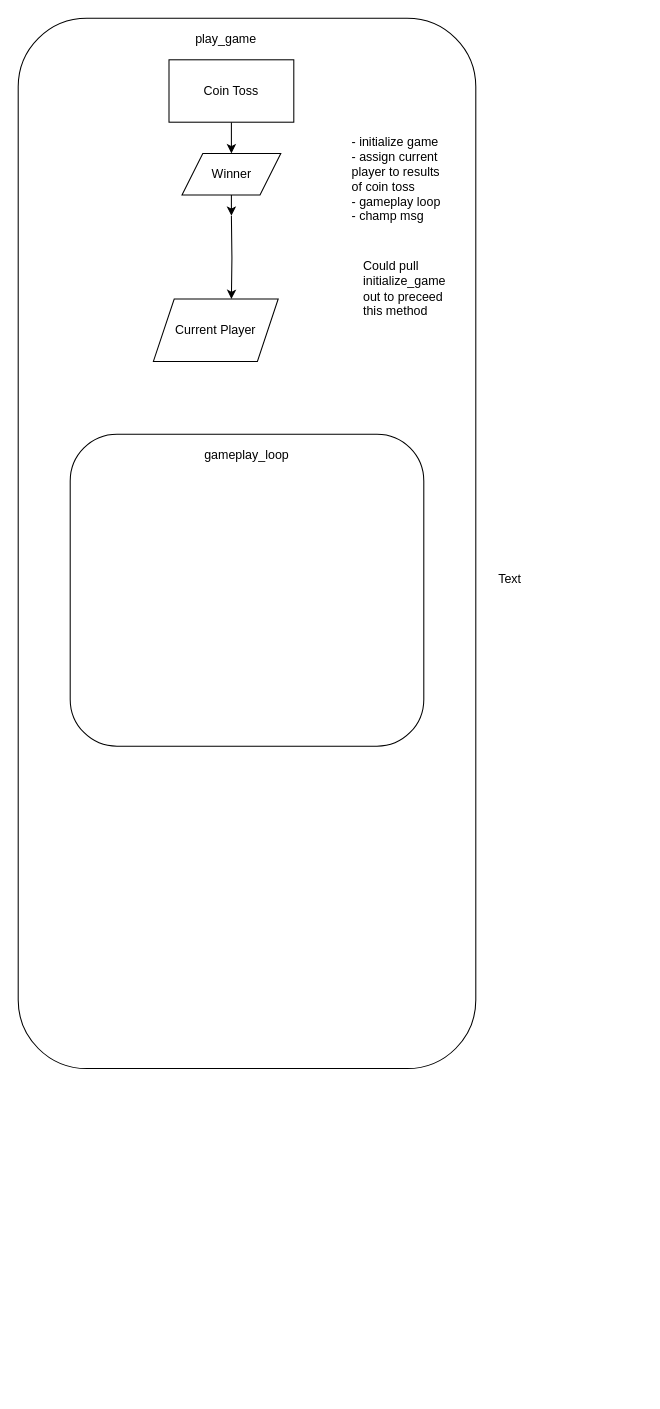
Above: lesson_6/tic_tac_toe/current_player.drawio in akbarratt/rb101 (draw.io), before the change. Source tidied: cells renumbered, new cells numbered last; positions are measured from the earlier drawing's top-left corner, leaving out a move shared by most shapes. Both pictures are drawn from the tidied source at 104%, with x=0, y=0 at pixel (18, 18).
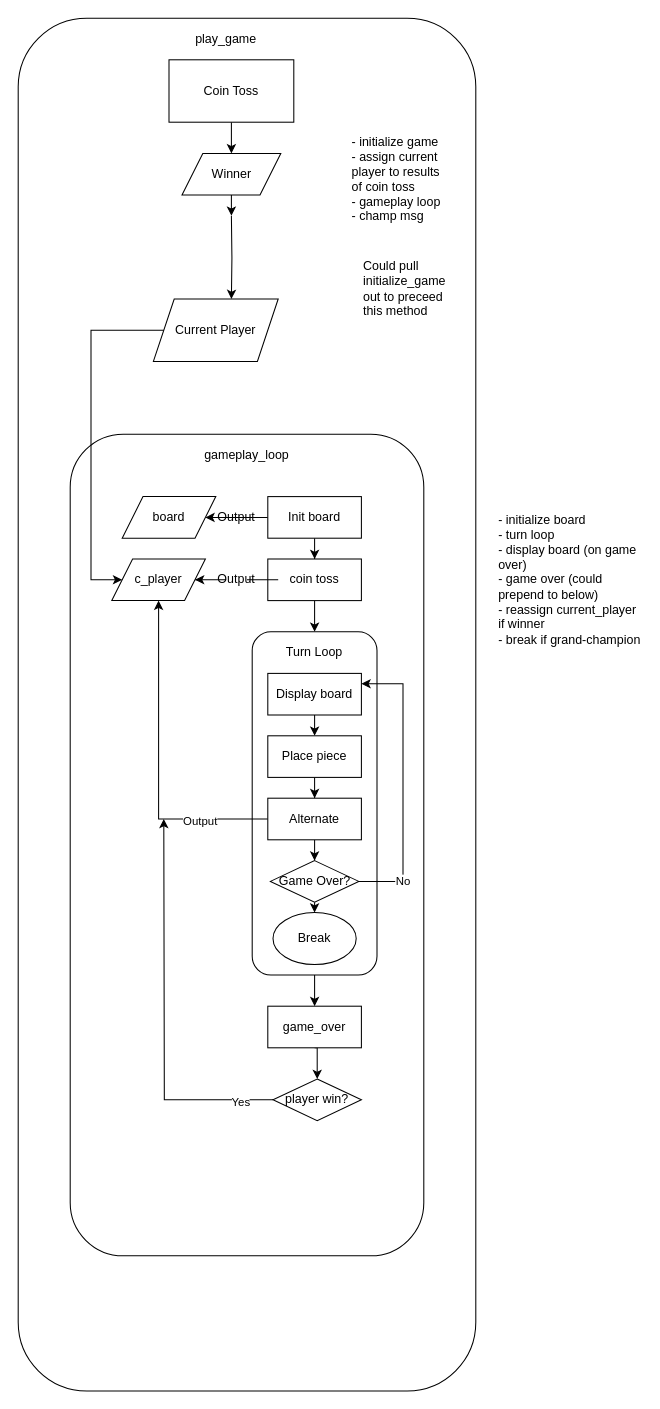
After the change.

Commit message:
Complete diagram

The change refers to these unchanged cells:
```xml
<mxCell id="3" value="Current Player" style="shape=parallelogram;perimeter=parallelogramPerimeter;whiteSpace=wrap;html=1;fixedSize=1;" parent="1" vertex="1">
  <mxGeometry x="130" y="270" width="120" height="60" as="geometry" />
</mxCell>
```

The edit, as a diff of the source:
```diff
@@
     <mxCell id="2" style="rounded=1;whiteSpace=wrap;html=1;" parent="1" vertex="1">
-      <mxGeometry width="440" height="1010" as="geometry" />
+      <mxGeometry width="440" height="1320" as="geometry" />
     </mxCell>
@@
     <mxCell id="10" style="rounded=1;whiteSpace=wrap;html=1;" parent="1" vertex="1">
-      <mxGeometry x="50" y="400" width="340" height="300" as="geometry" />
+      <mxGeometry x="50" y="400" width="340" height="790" as="geometry" />
     </mxCell>
@@
-    <mxCell id="14" value="Text" style="text;html=1;strokeColor=none;fillColor=none;align=left;verticalAlign=middle;whiteSpace=wrap;rounded=0;" parent="1" vertex="1">
+    <mxCell id="14" value="- initialize board&lt;br&gt;- turn loop&lt;br&gt;- display board (on game over)&lt;br&gt;- game over (could prepend to below)&lt;br&gt;- reassign current_player if winner&lt;br&gt;- break if grand-champion" style="text;html=1;strokeColor=none;fillColor=none;align=left;verticalAlign=middle;whiteSpace=wrap;rounded=0;" parent="1" vertex="1">
       <mxGeometry x="460" y="450" width="140" height="180" as="geometry" />
     </mxCell>
+    <mxCell id="15" style="edgeStyle=orthogonalEdgeStyle;rounded=0;jettySize=auto;html=1;" parent="1" edge="1" source="17" target="18">
+      <mxGeometry relative="1" as="geometry" />
+    </mxCell>
+    <mxCell id="16" style="edgeStyle=orthogonalEdgeStyle;rounded=0;jettySize=auto;html=1;" parent="1" edge="1" source="17" target="21">
+      <mxGeometry relative="1" as="geometry" />
+    </mxCell>
+    <mxCell id="17" value="Init board" style="rounded=0;whiteSpace=wrap;html=1;" parent="1" vertex="1">
+      <mxGeometry x="240" y="460" width="90" height="40" as="geometry" />
+    </mxCell>
+    <mxCell id="18" value="board" style="shape=parallelogram;perimeter=parallelogramPerimeter;whiteSpace=wrap;html=1;fixedSize=1;" parent="1" vertex="1">
+      <mxGeometry x="100" y="460" width="90" height="40" as="geometry" />
+    </mxCell>
+    <mxCell id="19" style="edgeStyle=orthogonalEdgeStyle;rounded=0;jettySize=auto;html=1;startArrow=none;" parent="1" edge="1" source="23" target="22">
+      <mxGeometry relative="1" as="geometry" />
+    </mxCell>
+    <mxCell id="20" style="edgeStyle=orthogonalEdgeStyle;rounded=0;jettySize=auto;html=1;entryX=0.5;entryY=0;entryDx=0;entryDy=0;" parent="1" edge="1" source="21" target="27">
+      <mxGeometry relative="1" as="geometry" />
+    </mxCell>
+    <mxCell id="21" value="coin toss" style="rounded=0;whiteSpace=wrap;html=1;" parent="1" vertex="1">
+      <mxGeometry x="240" y="520" width="90" height="40" as="geometry" />
+    </mxCell>
+    <mxCell id="22" value="c_player" style="shape=parallelogram;perimeter=parallelogramPerimeter;whiteSpace=wrap;html=1;fixedSize=1;" parent="1" vertex="1">
+      <mxGeometry x="90" y="520" width="90" height="40" as="geometry" />
+    </mxCell>
+    <mxCell id="23" value="Output" style="text;html=1;strokeColor=none;fillColor=none;align=center;verticalAlign=middle;whiteSpace=wrap;rounded=0;" parent="1" vertex="1">
+      <mxGeometry x="190" y="530" width="40" height="20" as="geometry" />
+    </mxCell>
+    <mxCell id="24" style="edgeStyle=orthogonalEdgeStyle;rounded=0;jettySize=auto;html=1;endArrow=none;" parent="1" edge="1" source="21" target="23">
+      <mxGeometry relative="1" as="geometry" />
+    </mxCell>
+    <mxCell id="25" value="Output" style="text;html=1;strokeColor=none;fillColor=none;align=center;verticalAlign=middle;whiteSpace=wrap;rounded=0;" parent="1" vertex="1">
+      <mxGeometry x="190" y="470" width="40" height="20" as="geometry" />
+    </mxCell>
+    <mxCell id="26" style="edgeStyle=orthogonalEdgeStyle;rounded=0;jettySize=auto;html=1;exitX=0.5;exitY=1;exitDx=0;exitDy=0;" parent="1" edge="1" source="27" target="44">
+      <mxGeometry relative="1" as="geometry" />
+    </mxCell>
+    <mxCell id="27" style="rounded=1;whiteSpace=wrap;html=1;" parent="1" vertex="1">
+      <mxGeometry x="225" y="590" width="120" height="330" as="geometry" />
+    </mxCell>
+    <mxCell id="28" value="Turn Loop" style="text;html=1;strokeColor=none;fillColor=none;align=center;verticalAlign=middle;whiteSpace=wrap;rounded=0;" parent="1" vertex="1">
+      <mxGeometry x="250" y="600" width="70" height="20" as="geometry" />
+    </mxCell>
+    <mxCell id="29" style="edgeStyle=orthogonalEdgeStyle;rounded=0;jettySize=auto;html=1;" parent="1" edge="1" source="30">
+      <mxGeometry relative="1" as="geometry">
+        <mxPoint x="285" y="690" as="targetPoint" />
+      </mxGeometry>
+    </mxCell>
+    <mxCell id="30" value="Display board" style="rounded=0;whiteSpace=wrap;html=1;" parent="1" vertex="1">
+      <mxGeometry x="240" y="630" width="90" height="40" as="geometry" />
+    </mxCell>
+    <mxCell id="31" style="edgeStyle=orthogonalEdgeStyle;rounded=0;jettySize=auto;html=1;entryX=0.5;entryY=0;entryDx=0;entryDy=0;" parent="1" edge="1" source="32" target="36">
+      <mxGeometry relative="1" as="geometry" />
+    </mxCell>
+    <mxCell id="32" value="Place piece" style="rounded=0;whiteSpace=wrap;html=1;" parent="1" vertex="1">
+      <mxGeometry x="240" y="690" width="90" height="40" as="geometry" />
+    </mxCell>
+    <mxCell id="33" style="edgeStyle=orthogonalEdgeStyle;rounded=0;jettySize=auto;html=1;exitX=0;exitY=0.5;exitDx=0;exitDy=0;" parent="1" edge="1" source="36" target="22">
+      <mxGeometry relative="1" as="geometry" />
+    </mxCell>
+    <mxCell id="34" value="Output" style="edgeLabel;html=1;align=center;verticalAlign=middle;" parent="33" vertex="1">
+      <mxGeometry x="-0.58" y="1" relative="1" as="geometry" />
+    </mxCell>
+    <mxCell id="35" style="edgeStyle=orthogonalEdgeStyle;rounded=0;jettySize=auto;html=1;entryX=0.5;entryY=0;entryDx=0;entryDy=0;" parent="1" edge="1" source="36" target="40">
+      <mxGeometry relative="1" as="geometry" />
+    </mxCell>
+    <mxCell id="36" value="Alternate" style="rounded=0;whiteSpace=wrap;html=1;" parent="1" vertex="1">
+      <mxGeometry x="240" y="750" width="90" height="40" as="geometry" />
+    </mxCell>
+    <mxCell id="37" style="edgeStyle=orthogonalEdgeStyle;rounded=0;jettySize=auto;html=1;exitX=1;exitY=0.5;exitDx=0;exitDy=0;entryX=1;entryY=0.25;entryDx=0;entryDy=0;" parent="1" edge="1" source="40" target="30">
+      <mxGeometry relative="1" as="geometry">
+        <Array as="points">
+          <mxPoint x="370" y="830" />
+          <mxPoint x="370" y="640" />
+        </Array>
+      </mxGeometry>
+    </mxCell>
+    <mxCell id="38" value="No" style="edgeLabel;html=1;align=center;verticalAlign=middle;" parent="37" vertex="1">
+      <mxGeometry x="-0.69" y="1" relative="1" as="geometry" />
+    </mxCell>
+    <mxCell id="39" style="edgeStyle=orthogonalEdgeStyle;rounded=0;jettySize=auto;html=1;exitX=0.5;exitY=1;exitDx=0;exitDy=0;entryX=0.5;entryY=0;entryDx=0;entryDy=0;" parent="1" edge="1" source="40" target="41">
+      <mxGeometry relative="1" as="geometry" />
+    </mxCell>
+    <mxCell id="40" value="Game Over?" style="rhombus;whiteSpace=wrap;html=1;" parent="1" vertex="1">
+      <mxGeometry x="242.5" y="810" width="85" height="40" as="geometry" />
+    </mxCell>
+    <mxCell id="41" value="Break" style="ellipse;whiteSpace=wrap;html=1;" parent="1" vertex="1">
+      <mxGeometry x="245" y="860" width="80" height="50" as="geometry" />
+    </mxCell>
+    <mxCell id="42" style="edgeStyle=orthogonalEdgeStyle;rounded=0;jettySize=auto;html=1;exitX=0;exitY=0.5;exitDx=0;exitDy=0;entryX=0;entryY=0.5;entryDx=0;entryDy=0;" parent="1" edge="1" source="3" target="22">
+      <mxGeometry relative="1" as="geometry">
+        <Array as="points">
+          <mxPoint x="70" y="300" />
+          <mxPoint x="70" y="540" />
+        </Array>
+      </mxGeometry>
+    </mxCell>
+    <mxCell id="43" style="edgeStyle=orthogonalEdgeStyle;rounded=0;jettySize=auto;html=1;exitX=0.5;exitY=1;exitDx=0;exitDy=0;entryX=0.5;entryY=0;entryDx=0;entryDy=0;" parent="1" edge="1" source="44" target="47">
+      <mxGeometry relative="1" as="geometry" />
+    </mxCell>
+    <mxCell id="44" value="game_over" style="rounded=0;whiteSpace=wrap;html=1;" parent="1" vertex="1">
+      <mxGeometry x="240" y="950" width="90" height="40" as="geometry" />
+    </mxCell>
+    <mxCell id="45" style="edgeStyle=orthogonalEdgeStyle;rounded=0;jettySize=auto;html=1;exitX=0;exitY=0.5;exitDx=0;exitDy=0;" parent="1" edge="1" source="47">
+      <mxGeometry relative="1" as="geometry">
+        <mxPoint x="140" y="770" as="targetPoint" />
+      </mxGeometry>
+    </mxCell>
+    <mxCell id="46" value="Yes" style="edgeLabel;html=1;align=center;verticalAlign=middle;" parent="45" vertex="1">
+      <mxGeometry x="-0.83" y="1" relative="1" as="geometry" />
+    </mxCell>
+    <mxCell id="47" value="player win?" style="rhombus;whiteSpace=wrap;html=1;" parent="1" vertex="1">
+      <mxGeometry x="245" y="1020" width="85" height="40" as="geometry" />
+    </mxCell>
```
